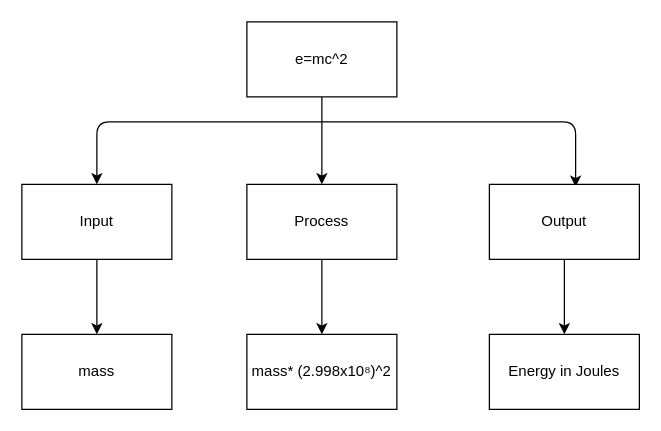
lily-liu-17/ics4u-unit1-02-typescript keeps this draw.io diagram as top.drawio. Above is the earlier version. Source tidied: cells renumbered, new cells numbered last; positions are measured from the earlier drawing's top-left corner, leaving out a move shared by most shapes. Both pictures are drawn from the tidied source at 125%, with x=0, y=0 at pixel (21, 21).
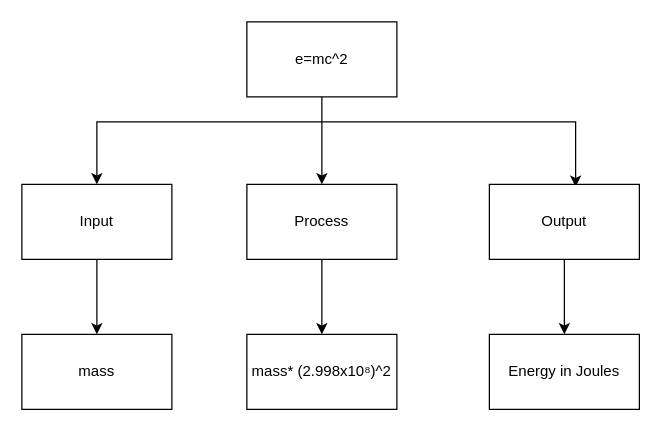
Above is the later version.

Change to the diagram source:
```diff
@@
 <mxGraphModel>
   <root>
     <mxCell id="0" />
     <mxCell id="1" parent="0" />
     <mxCell id="2" style="edgeStyle=none;html=1;entryX=0.5;entryY=0;entryDx=0;entryDy=0;" parent="1" edge="1" source="5" target="7">
       <mxGeometry relative="1" as="geometry" />
     </mxCell>
-    <mxCell id="3" style="edgeStyle=none;html=1;entryX=0.575;entryY=0.033;entryDx=0;entryDy=0;entryPerimeter=0;" parent="1" edge="1" target="12">
+    <mxCell id="3" style="edgeStyle=none;html=1;entryX=0.575;entryY=0.033;entryDx=0;entryDy=0;entryPerimeter=0;rounded=0;" parent="1" edge="1" target="12">
       <mxGeometry relative="1" as="geometry">
         <mxPoint x="240" y="80" as="sourcePoint" />
         <Array as="points">
           <mxPoint x="443" y="80" />
         </Array>
       </mxGeometry>
     </mxCell>
-    <mxCell id="4" style="edgeStyle=none;html=1;entryX=0.5;entryY=0;entryDx=0;entryDy=0;" parent="1" edge="1" target="10">
+    <mxCell id="4" style="edgeStyle=none;html=1;entryX=0.5;entryY=0;entryDx=0;entryDy=0;rounded=0;" parent="1" edge="1" target="10">
       <mxGeometry relative="1" as="geometry">
         <mxPoint x="240" y="80" as="sourcePoint" />
         <Array as="points">
           <mxPoint x="60" y="80" />
         </Array>
       </mxGeometry>
     </mxCell>
     <mxCell id="5" value="e=mc^2" style="rounded=0;whiteSpace=wrap;html=1;" parent="1" vertex="1">
       <mxGeometry x="180" width="120" height="60" as="geometry" />
     </mxCell>
     <mxCell id="6" style="edgeStyle=none;html=1;entryX=0.5;entryY=0;entryDx=0;entryDy=0;" parent="1" edge="1" source="7" target="14">
       <mxGeometry relative="1" as="geometry" />
     </mxCell>
     <mxCell id="7" value="Process" style="rounded=0;whiteSpace=wrap;html=1;" parent="1" vertex="1">
       <mxGeometry x="180" y="130" width="120" height="60" as="geometry" />
     </mxCell>
     <mxCell id="8" value="mass" style="rounded=0;whiteSpace=wrap;html=1;" parent="1" vertex="1">
       <mxGeometry y="250" width="120" height="60" as="geometry" />
     </mxCell>
     <mxCell id="9" style="edgeStyle=none;html=1;" parent="1" edge="1" source="10" target="8">
       <mxGeometry relative="1" as="geometry" />
     </mxCell>
     <mxCell id="10" value="Input" style="rounded=0;whiteSpace=wrap;html=1;" parent="1" vertex="1">
       <mxGeometry y="130" width="120" height="60" as="geometry" />
     </mxCell>
     <mxCell id="11" style="edgeStyle=none;html=1;entryX=0.5;entryY=0;entryDx=0;entryDy=0;" parent="1" edge="1" source="12" target="13">
       <mxGeometry relative="1" as="geometry" />
     </mxCell>
     <mxCell id="12" value="Output" style="rounded=0;whiteSpace=wrap;html=1;" parent="1" vertex="1">
       <mxGeometry x="374" y="130" width="120" height="60" as="geometry" />
     </mxCell>
     <mxCell id="13" value="Energy in Joules" style="rounded=0;whiteSpace=wrap;html=1;" parent="1" vertex="1">
       <mxGeometry x="374" y="250" width="120" height="60" as="geometry" />
     </mxCell>
     <mxCell id="14" value="mass* (2.998x10⁸)^2" style="rounded=0;whiteSpace=wrap;html=1;" parent="1" vertex="1">
       <mxGeometry x="180" y="250" width="120" height="60" as="geometry" />
     </mxCell>
   </root>
 </mxGraphModel>
```
